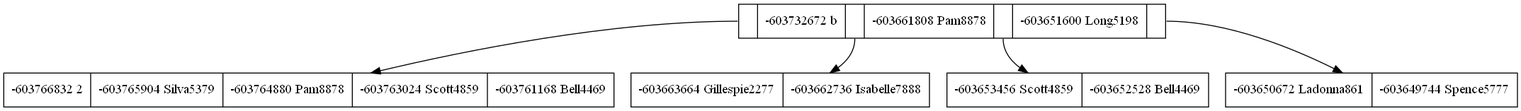
Earlier version of the Graphviz export arbolb.png (betebetoven/EDDS2F2). Its source is kept beside it as arbolb.dot.
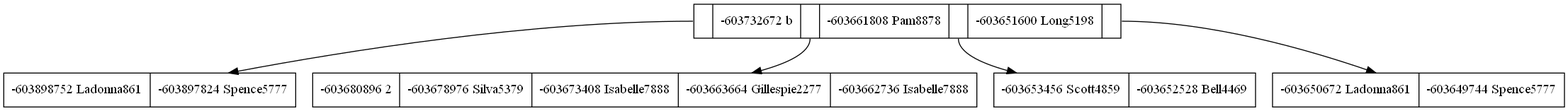
Later version of the same file.

Change to the diagram source:
```diff
@@ -4,13 +4,13 @@
  b|<C2>|-603661808
  Pam8878|<C3>|-603651600
  Long5198|<C4>"];
-R0x7f9edc033fd0[label="-603766832
- 2|-603765904
- Silva5379|-603764880
- Pam8878|-603763024
- Scott4859|-603761168
- Bell4469"];
-R0x7f9edc04d2d0[label="-603663664
+R0x7f9edc013c80[label="-603898752
+ Ladonna861|-603897824
+ Spence5777"];
+R0x7f9edc048f80[label="-603680896
+ 2|-603678976
+ Silva5379|-603673408
+ Isabelle7888|-603663664
  Gillespie2277|-603662736
  Isabelle7888"];
 R0x7f9edc04fab0[label="-603653456
@@ -19,8 +19,8 @@
 R0x7f9edc050590[label="-603650672
  Ladonna861|-603649744
  Spence5777"];
-R0x7f9edc03c540:C1->R0x7f9edc033fd0;
-R0x7f9edc03c540:C2->R0x7f9edc04d2d0;
+R0x7f9edc03c540:C1->R0x7f9edc013c80;
+R0x7f9edc03c540:C2->R0x7f9edc048f80;
 R0x7f9edc03c540:C3->R0x7f9edc04fab0;
 R0x7f9edc03c540:C4->R0x7f9edc050590;
 }
```
